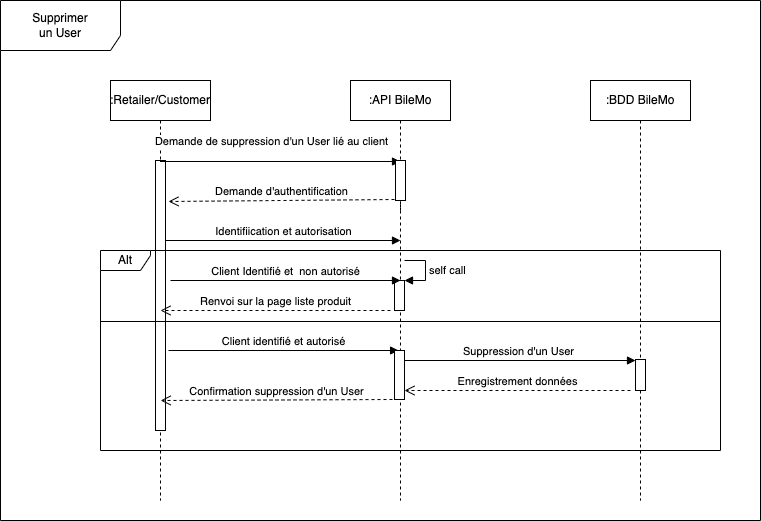
This is _UML/D.sq_supprimer_un_user_BileMo.drawio.png from Fossette7/bilemo, a draw.io export, as it was before one commit. Source tidied: cells renumbered, new cells last; positions are measured from the earlier drawing's top-left corner, leaving out a move shared by most shapes.
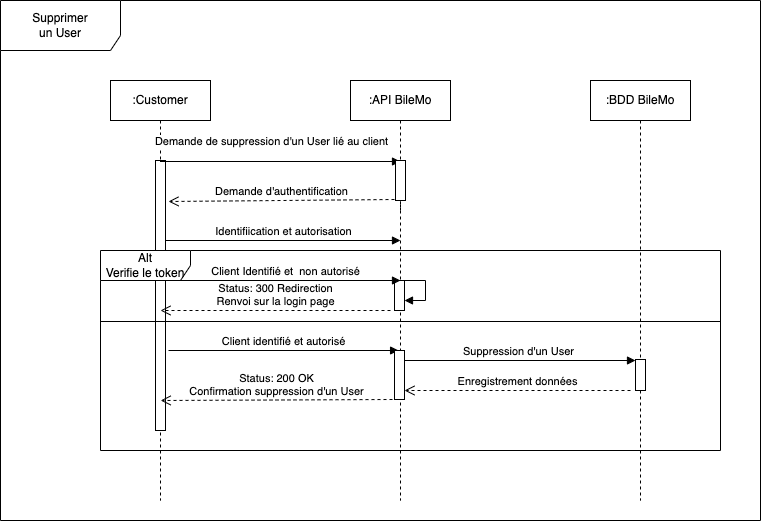
The same file after the commit.

The edit, as a diff of the source:
```diff
@@ -5,7 +5,7 @@
     <mxCell id="2" value="Supprimer&lt;br&gt;un User" style="shape=umlFrame;whiteSpace=wrap;html=1;width=120;height=50;" parent="1" vertex="1">
       <mxGeometry width="760" height="520" as="geometry" />
     </mxCell>
-    <mxCell id="3" value=":Retailer/Customer" style="shape=umlLifeline;perimeter=lifelinePerimeter;whiteSpace=wrap;html=1;" parent="1" vertex="1">
+    <mxCell id="3" value=":Customer" style="shape=umlLifeline;perimeter=lifelinePerimeter;whiteSpace=wrap;html=1;" parent="1" vertex="1">
       <mxGeometry x="110" y="80" width="100" height="420" as="geometry" />
     </mxCell>
     <mxCell id="4" style="html=1;perimeter=orthogonalPerimeter;" parent="3" vertex="1">
@@ -44,7 +44,7 @@
         <mxPoint x="168" y="201" as="targetPoint" />
       </mxGeometry>
     </mxCell>
-    <mxCell id="12" value="Alt" style="shape=umlFrame;whiteSpace=wrap;html=1;width=50;height=20;" parent="1" vertex="1">
+    <mxCell id="12" value="Alt&lt;br&gt;Verifie le token" style="shape=umlFrame;whiteSpace=wrap;html=1;width=90;height=30;" parent="1" vertex="1">
       <mxGeometry x="100" y="250" width="620" height="200" as="geometry" />
     </mxCell>
     <mxCell id="13" style="html=1;points=[];perimeter=orthogonalPerimeter;" parent="1" vertex="1">
@@ -53,11 +53,12 @@
     <mxCell id="14" style="html=1;points=[];perimeter=orthogonalPerimeter;" parent="1" vertex="1">
       <mxGeometry x="394" y="280" width="10" height="30" as="geometry" />
     </mxCell>
-    <mxCell id="15" value="self call" style="edgeStyle=orthogonalEdgeStyle;html=1;align=left;spacingLeft=2;endArrow=block;rounded=0;entryX=1;entryY=0;" parent="1" edge="1" target="14">
+    <mxCell id="15" style="edgeStyle=orthogonalEdgeStyle;html=1;align=left;spacingLeft=2;endArrow=block;rounded=0;entryX=1;entryY=0;" parent="1" edge="1">
       <mxGeometry relative="1" as="geometry">
-        <mxPoint x="404" y="260" as="sourcePoint" />
+        <mxPoint x="404" y="280" as="sourcePoint" />
+        <mxPoint x="404" y="300" as="targetPoint" />
         <Array as="points">
-          <mxPoint x="425" y="260" />
+          <mxPoint x="425" y="280" />
         </Array>
       </mxGeometry>
     </mxCell>
@@ -66,7 +67,7 @@
         <mxPoint x="170" y="280" as="sourcePoint" />
       </mxGeometry>
     </mxCell>
-    <mxCell id="17" value="Renvoi sur la page liste produit" style="html=1;verticalAlign=bottom;endArrow=open;dashed=1;endSize=8;rounded=0;" parent="1" edge="1">
+    <mxCell id="17" value="Status: 300 Redirection&lt;br&gt;Renvoi sur la login page" style="html=1;verticalAlign=bottom;endArrow=open;dashed=1;endSize=8;rounded=0;" parent="1" edge="1">
       <mxGeometry relative="1" as="geometry">
         <mxPoint x="390" y="310" as="sourcePoint" />
         <mxPoint x="160" y="310" as="targetPoint" />
@@ -94,7 +95,7 @@
     <mxCell id="22" style="html=1;points=[];perimeter=orthogonalPerimeter;" parent="1" vertex="1">
       <mxGeometry x="394" y="350" width="10" height="49" as="geometry" />
     </mxCell>
-    <mxCell id="23" value="Confirmation suppression d'un User" style="html=1;verticalAlign=bottom;endArrow=open;dashed=1;endSize=8;rounded=0;entryX=0.097;entryY=0.75;entryDx=0;entryDy=0;entryPerimeter=0;" parent="1" edge="1" target="12">
+    <mxCell id="23" value="Status: 200 OK&lt;br&gt;Confirmation suppression d'un User" style="html=1;verticalAlign=bottom;endArrow=open;dashed=1;endSize=8;rounded=0;entryX=0.097;entryY=0.75;entryDx=0;entryDy=0;entryPerimeter=0;" parent="1" edge="1" target="12">
       <mxGeometry relative="1" as="geometry">
         <mxPoint x="392" y="399" as="sourcePoint" />
       </mxGeometry>
```
